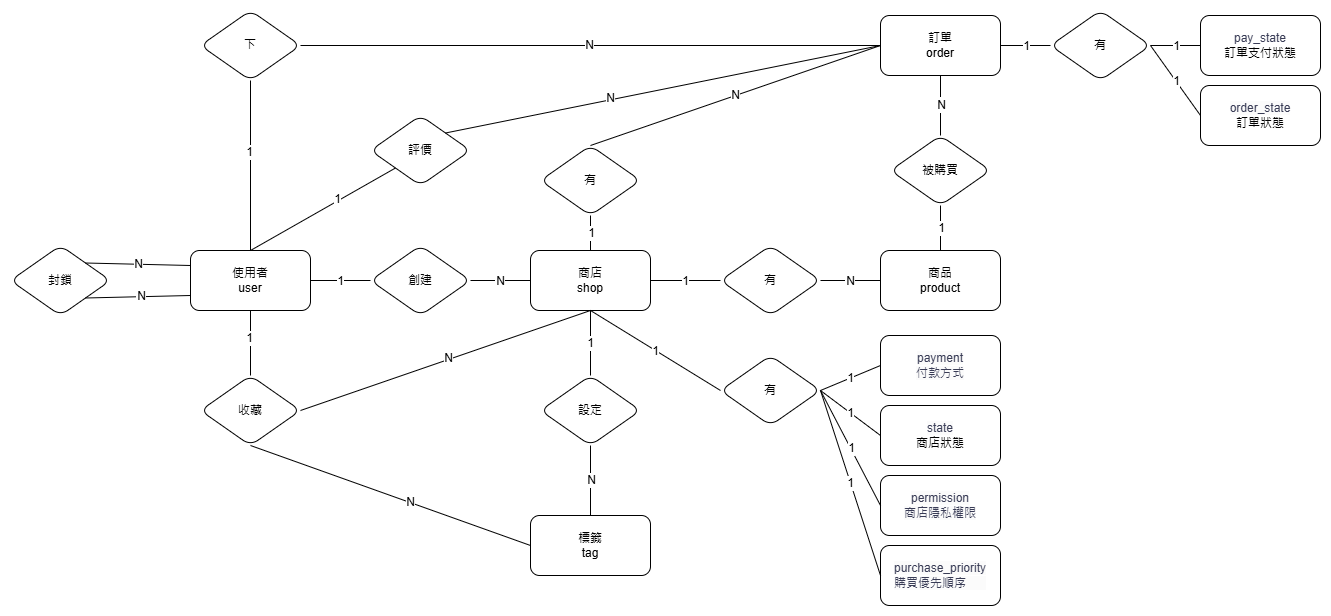
Earlier version of the draw.io export 文件/ERD.png (ntubimd-goodbye-114509/goodbye). Source tidied: cells renumbered, new cells last; positions are measured from the earlier drawing's top-left corner, leaving out a move shared by most shapes.
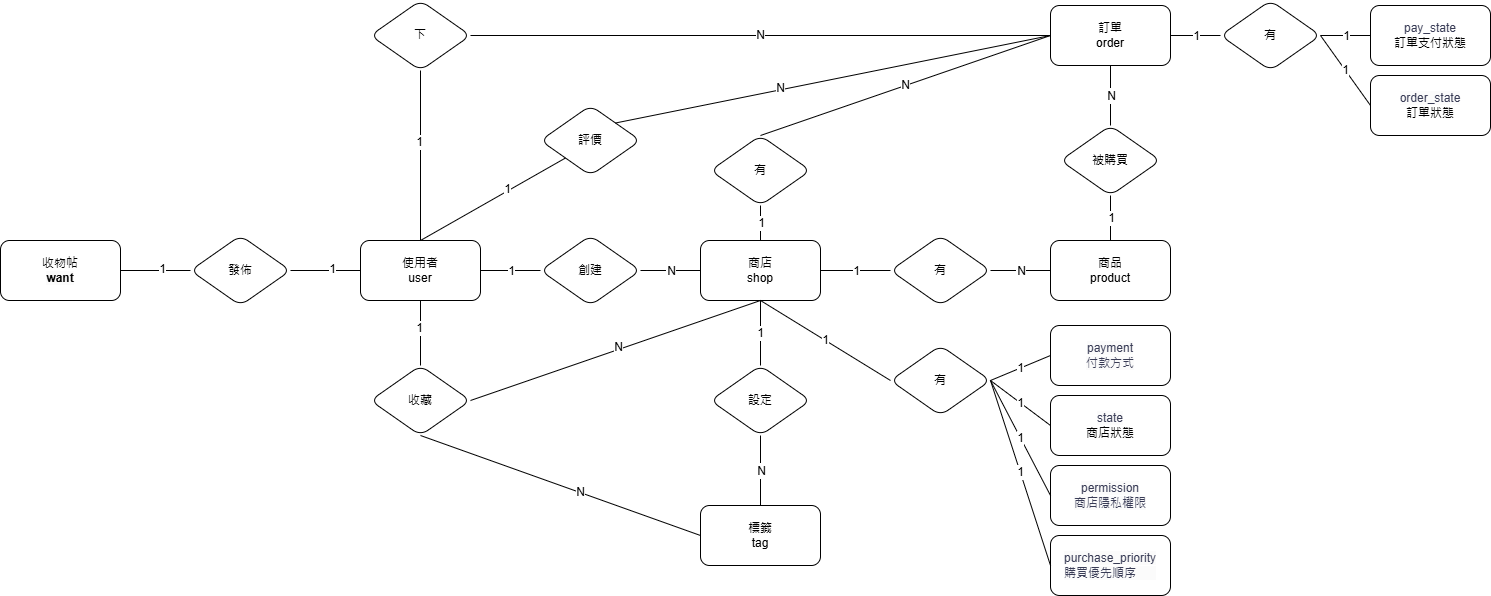
Later version of the same file.

The edit, as a diff of the source:
```diff
@@ -113,12 +113,6 @@
     <mxCell id="37" value="N" style="edgeLabel;html=1;align=center;verticalAlign=middle;fontSize=12;rounded=1;" parent="36" vertex="1">
       <mxGeometry x="-0.14" y="-1" relative="1" as="geometry" />
     </mxCell>
-    <mxCell id="38" value="封鎖" style="rhombus;whiteSpace=wrap;html=1;rounded=1;" parent="1" vertex="1">
-      <mxGeometry y="235" width="100" height="70" as="geometry" />
-    </mxCell>
-    <mxCell id="39" value="N" style="endArrow=none;html=1;rounded=1;fontSize=12;startSize=8;endSize=8;curved=1;exitX=1;exitY=0;exitDx=0;exitDy=0;entryX=0;entryY=0.25;entryDx=0;entryDy=0;" parent="1" edge="1" source="38" target="2">
-      <mxGeometry relative="1" as="geometry" />
-    </mxCell>
     <mxCell id="40" value="有" style="rhombus;whiteSpace=wrap;html=1;rounded=1;" parent="1" vertex="1">
       <mxGeometry x="710" y="345" width="100" height="70" as="geometry" />
     </mxCell>
@@ -203,17 +197,6 @@
     <mxCell id="67" value="1" style="edgeLabel;html=1;align=center;verticalAlign=middle;fontSize=12;rounded=1;" parent="66" vertex="1">
       <mxGeometry relative="1" as="geometry" />
     </mxCell>
-    <mxCell id="68" style="endArrow=none;html=1;rounded=1;fontSize=12;startSize=8;endSize=8;curved=1;exitX=1;exitY=1;exitDx=0;exitDy=0;entryX=0;entryY=0.75;entryDx=0;entryDy=0;" parent="1" edge="1" source="38" target="2">
-      <mxGeometry relative="1" as="geometry" />
-    </mxCell>
-    <mxCell id="69" value="1" style="edgeLabel;html=1;align=center;verticalAlign=middle;fontSize=12;rounded=1;" parent="68" vertex="1">
-      <mxGeometry x="0.16" y="2" relative="1" as="geometry">
-        <mxPoint x="-8" as="offset" />
-      </mxGeometry>
-    </mxCell>
-    <mxCell id="70" value="N" style="edgeLabel;html=1;align=center;verticalAlign=middle;fontSize=12;rounded=1;" parent="68" vertex="1">
-      <mxGeometry x="0.06" y="1" relative="1" as="geometry" />
-    </mxCell>
     <mxCell id="71" value="評價" style="rhombus;whiteSpace=wrap;html=1;rounded=1;" parent="1" vertex="1">
       <mxGeometry x="360" y="105" width="100" height="70" as="geometry" />
     </mxCell>
@@ -229,5 +212,23 @@
     <mxCell id="75" value="N" style="edgeLabel;html=1;align=center;verticalAlign=middle;fontSize=12;rounded=1;" parent="74" vertex="1">
       <mxGeometry x="-0.24" y="2" relative="1" as="geometry" />
     </mxCell>
+    <mxCell id="76" value="發佈" style="rhombus;whiteSpace=wrap;html=1;rounded=1;" parent="1" vertex="1">
+      <mxGeometry x="10" y="235" width="100" height="70" as="geometry" />
+    </mxCell>
+    <mxCell id="77" style="endArrow=none;html=1;rounded=1;fontSize=12;startSize=8;endSize=8;curved=1;exitX=1;exitY=0.5;exitDx=0;exitDy=0;entryX=0;entryY=0.5;entryDx=0;entryDy=0;" parent="1" edge="1" source="76" target="2">
+      <mxGeometry relative="1" as="geometry" />
+    </mxCell>
+    <mxCell id="78" value="1" style="edgeLabel;html=1;align=center;verticalAlign=middle;fontSize=12;rounded=1;" parent="77" vertex="1">
+      <mxGeometry x="0.16" y="2" relative="1" as="geometry" />
+    </mxCell>
+    <mxCell id="79" value="收物帖&lt;div&gt;&lt;span style=&quot;font-weight: 700; text-wrap-mode: nowrap; background-color: rgb(251, 251, 251);&quot;&gt;want&lt;/span&gt;&lt;/div&gt;" style="rounded=1;whiteSpace=wrap;html=1;" parent="1" vertex="1">
+      <mxGeometry x="-180" y="240" width="120" height="60" as="geometry" />
+    </mxCell>
+    <mxCell id="80" style="endArrow=none;html=1;rounded=1;fontSize=12;startSize=8;endSize=8;curved=1;exitX=1;exitY=0.5;exitDx=0;exitDy=0;entryX=0;entryY=0.5;entryDx=0;entryDy=0;" parent="1" edge="1" source="79" target="76">
+      <mxGeometry relative="1" as="geometry" />
+    </mxCell>
+    <mxCell id="81" value="1" style="edgeLabel;html=1;align=center;verticalAlign=middle;fontSize=12;rounded=1;" parent="80" vertex="1">
+      <mxGeometry x="0.16" y="2" relative="1" as="geometry" />
+    </mxCell>
   </root>
 </mxGraphModel>
```
